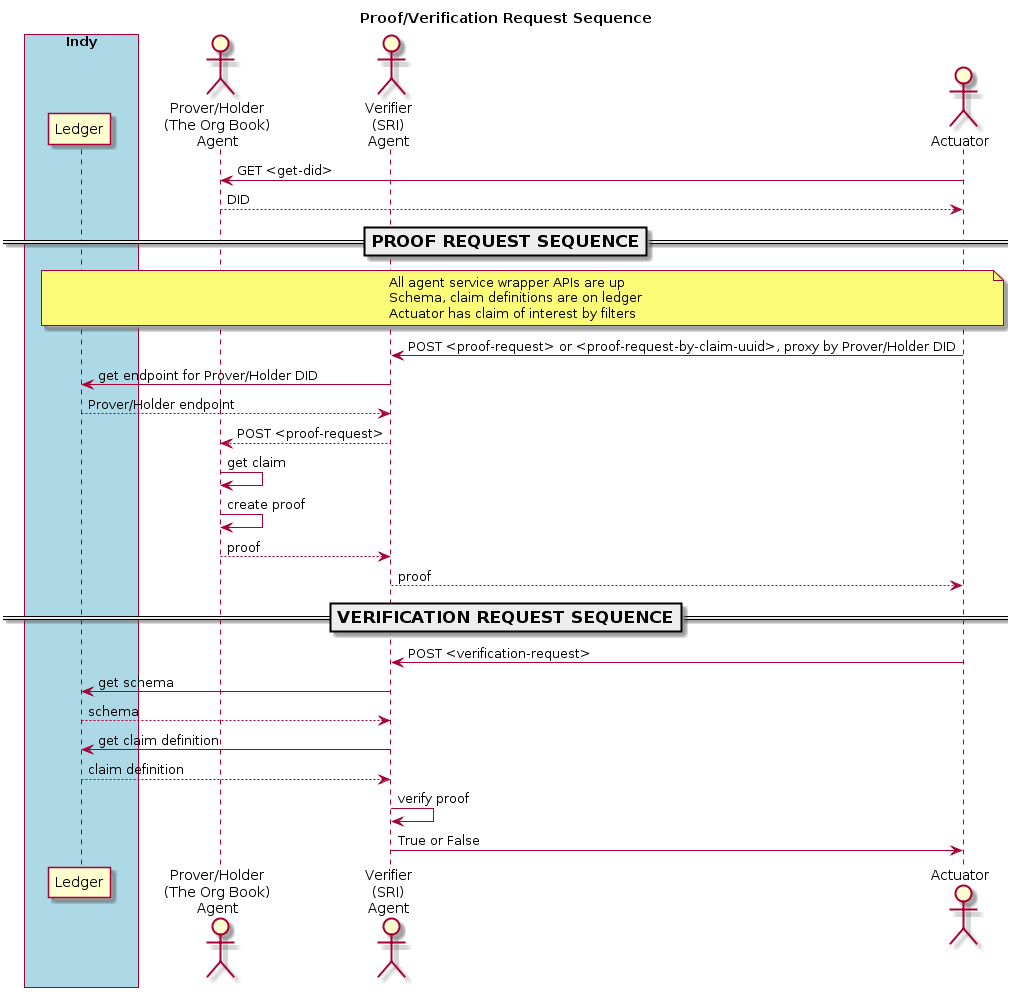
PSPC-SPAC-buyandsell/demo-agent keeps this PlantUML diagram as doc/pic/proof-verification-request.png. Above is the earlier version.
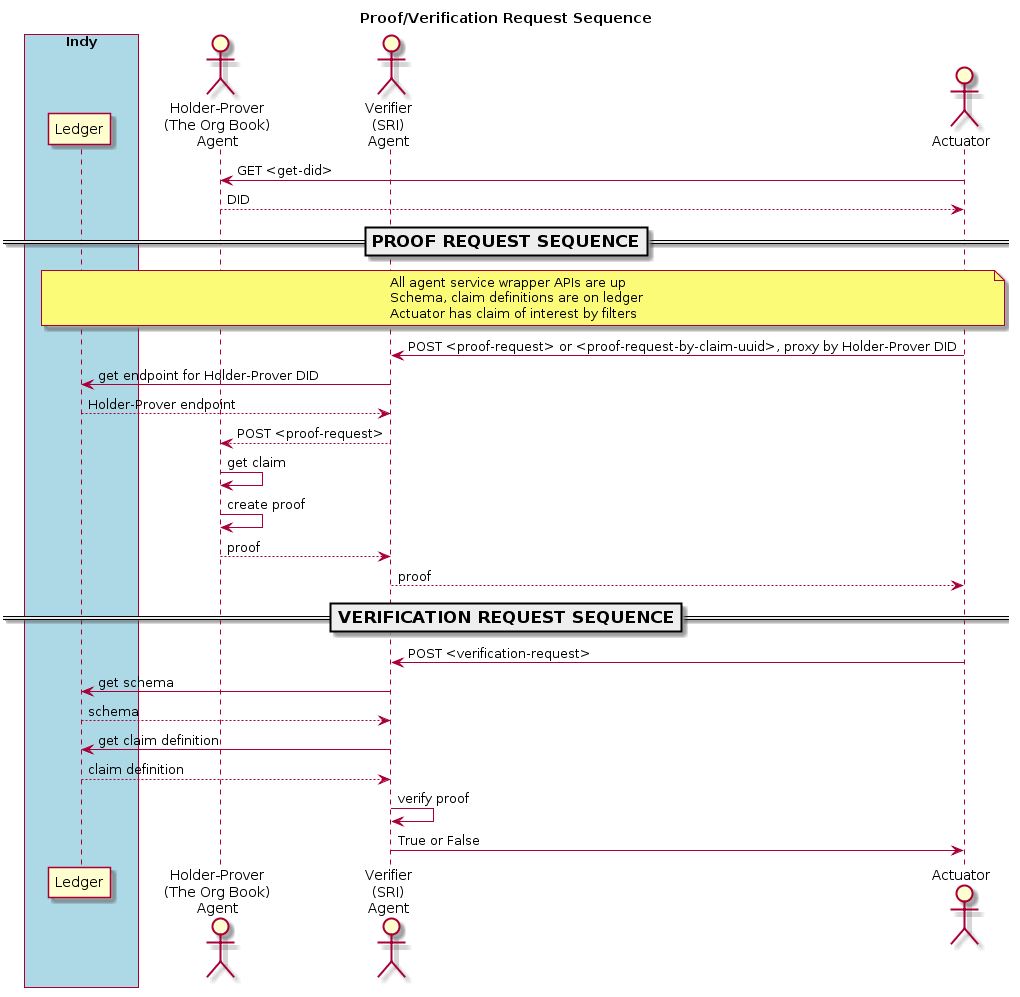
The same file after the commit.

The edit, as a diff of the source:
```diff
@@ -9,7 +9,7 @@
     participant "Ledger" as ledger
 endbox
 
-actor "Prover/Holder\n(The Org Book)\nAgent" as obag
+actor "Holder-Prover\n(The Org Book)\nAgent" as obag
 actor "Verifier\n(SRI)\nAgent" as sag
 actor "Actuator" as ator
 
@@ -23,9 +23,9 @@
 Actuator has claim of interest by filters
 endnote
 
-ator -> sag: POST <proof-request> or <proof-request-by-claim-uuid>, proxy by Prover/Holder DID
-sag -> ledger: get endpoint for Prover/Holder DID
-ledger --> sag: Prover/Holder endpoint
+ator -> sag: POST <proof-request> or <proof-request-by-claim-uuid>, proxy by Holder-Prover DID
+sag -> ledger: get endpoint for Holder-Prover DID
+ledger --> sag: Holder-Prover endpoint
 sag --> obag: POST <proof-request>
 obag -> obag: get claim
 obag -> obag: create proof
```
